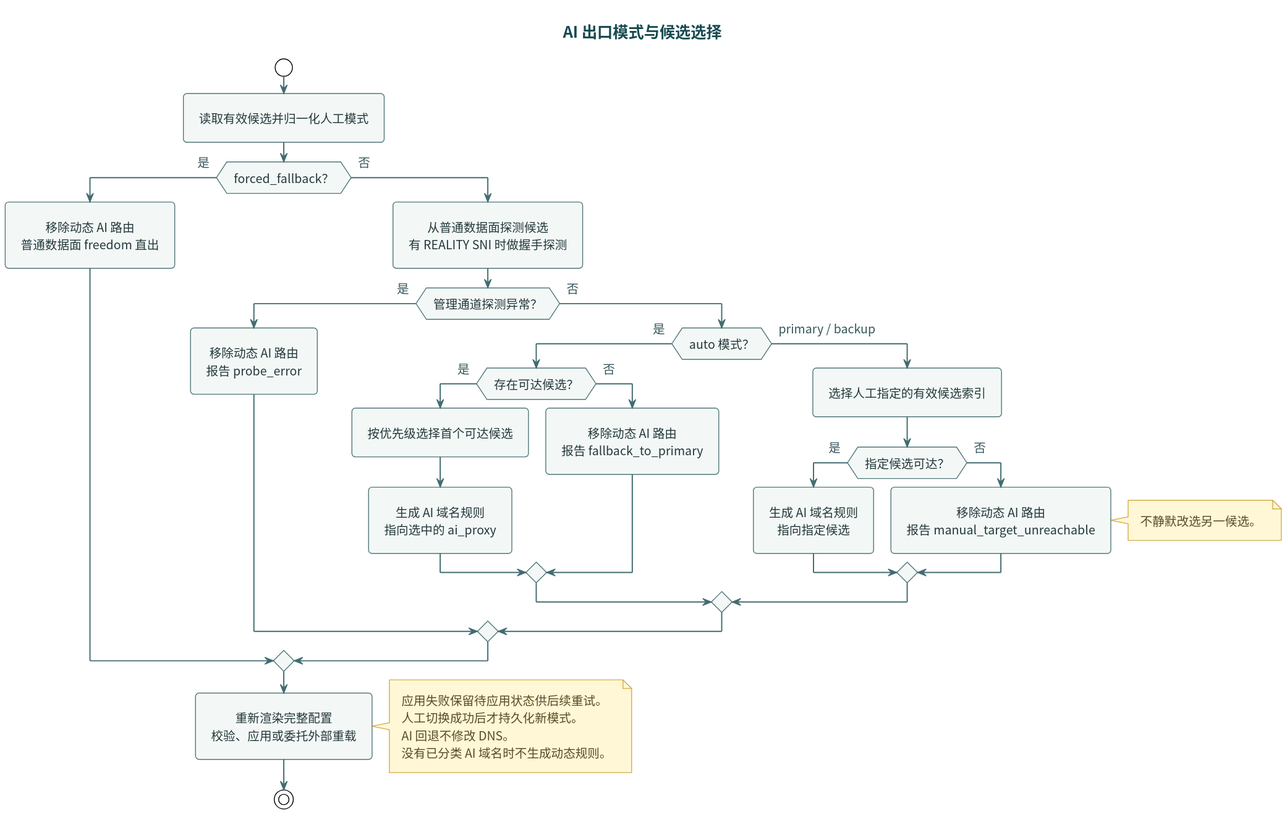
This is docs/diagrams/ai-upstream-selection.svg from i-zrhe2016/ai-routing-panel, a PlantUML export, as it was before one commit.
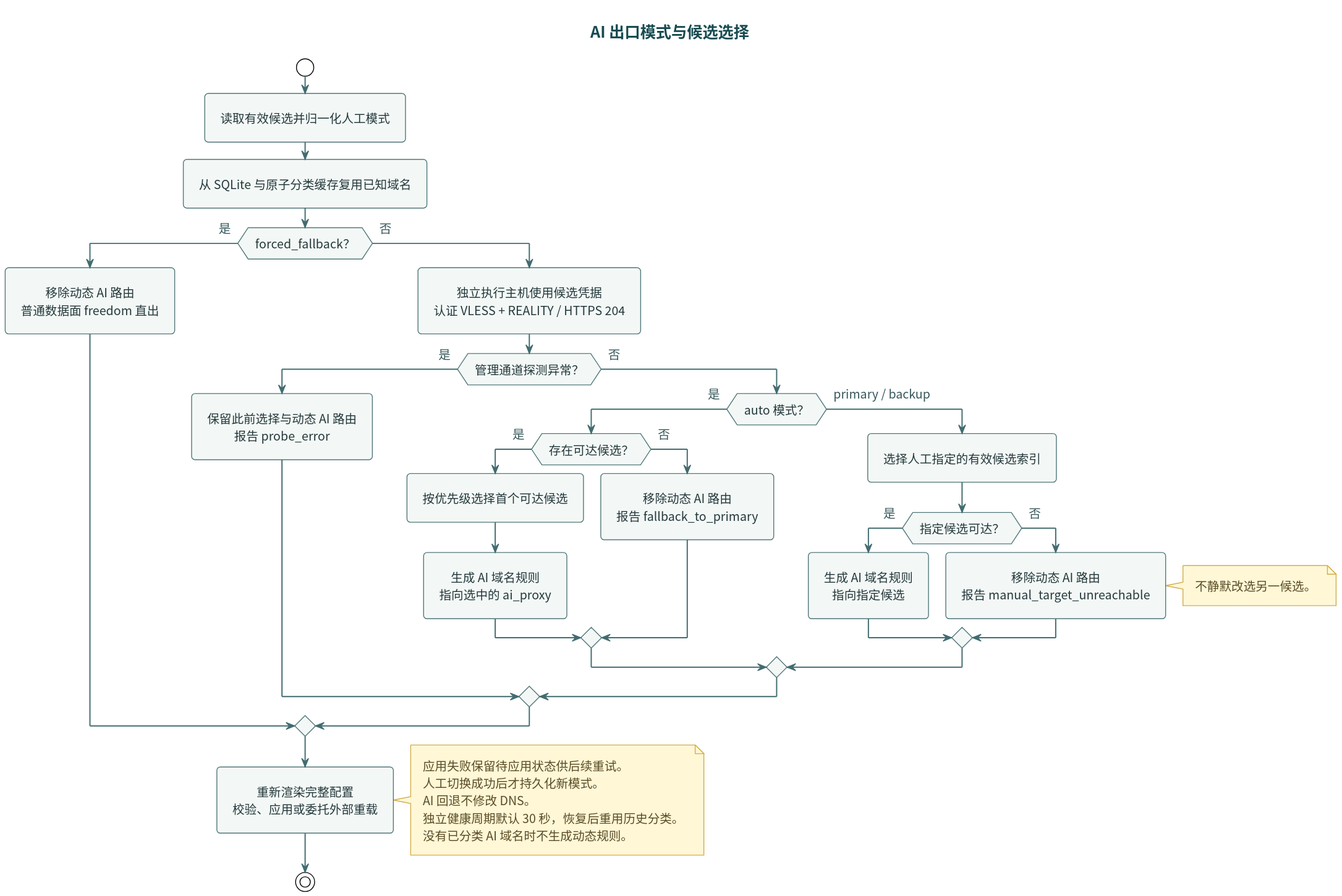
The same file after the commit.

Change to the diagram source:
```diff
@@ -4,12 +4,13 @@
 
 start
 :读取有效候选并归一化人工模式;
+:从 SQLite 与原子分类缓存复用已知域名;
 if (forced_fallback？) then (是)
   :移除动态 AI 路由\n普通数据面 freedom 直出;
 else (否)
-  :从普通数据面探测候选\n有 REALITY SNI 时做握手探测;
+  :独立执行主机使用候选凭据\n认证 VLESS + REALITY / HTTPS 204;
   if (管理通道探测异常？) then (是)
-    :移除动态 AI 路由\n报告 probe_error;
+    :保留此前选择与动态 AI 路由\n报告 probe_error;
   else (否)
   if (auto 模式？) then (是)
     if (存在可达候选？) then (是)
@@ -36,6 +37,7 @@
   应用失败保留待应用状态供后续重试。
   人工切换成功后才持久化新模式。
   AI 回退不修改 DNS。
+  独立健康周期默认 30 秒，恢复后重用历史分类。
   没有已分类 AI 域名时不生成动态规则。
 end note
 stop
```
